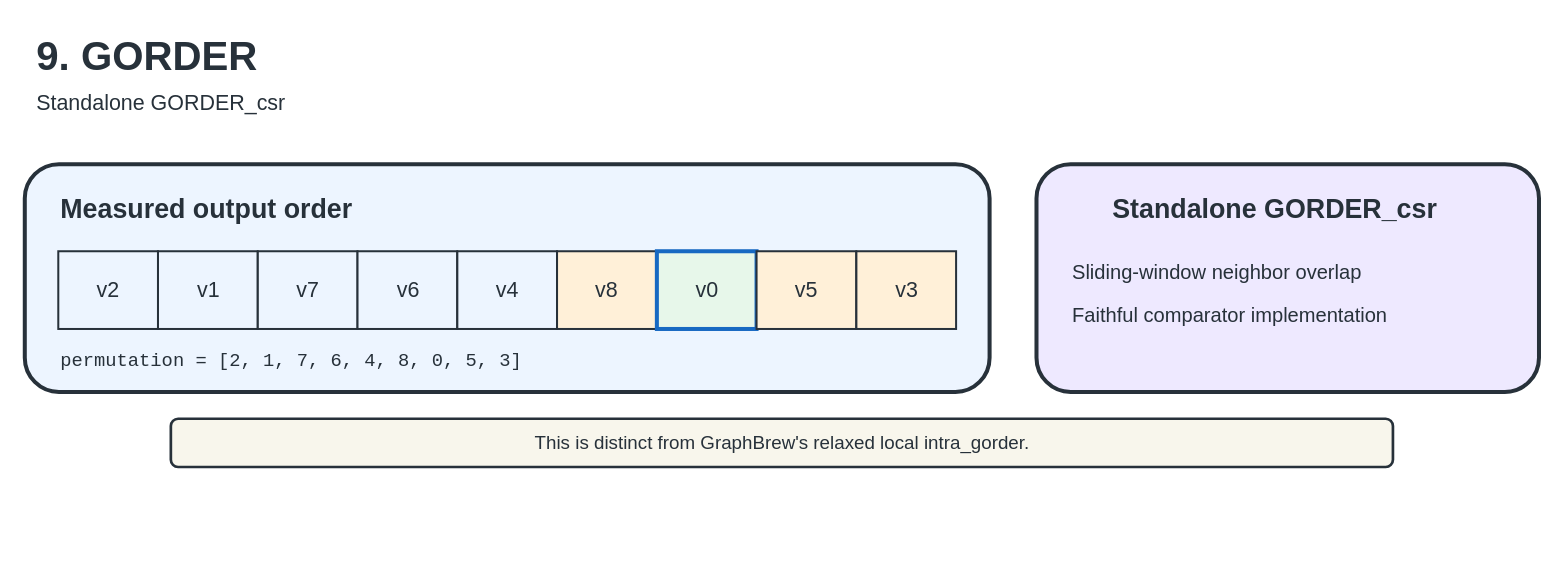
This is docs/figures/editable/09-gorder.drawio from UVA-LavaLab/GraphBrew, a draw.io file, before an edit. Source tidied: cells renumbered, new cells numbered last; positions are measured from the earlier drawing's top-left corner, leaving out a move shared by most shapes. Both pictures are drawn from the tidied source at 134%, with x=0, y=0 at pixel (24, 23).
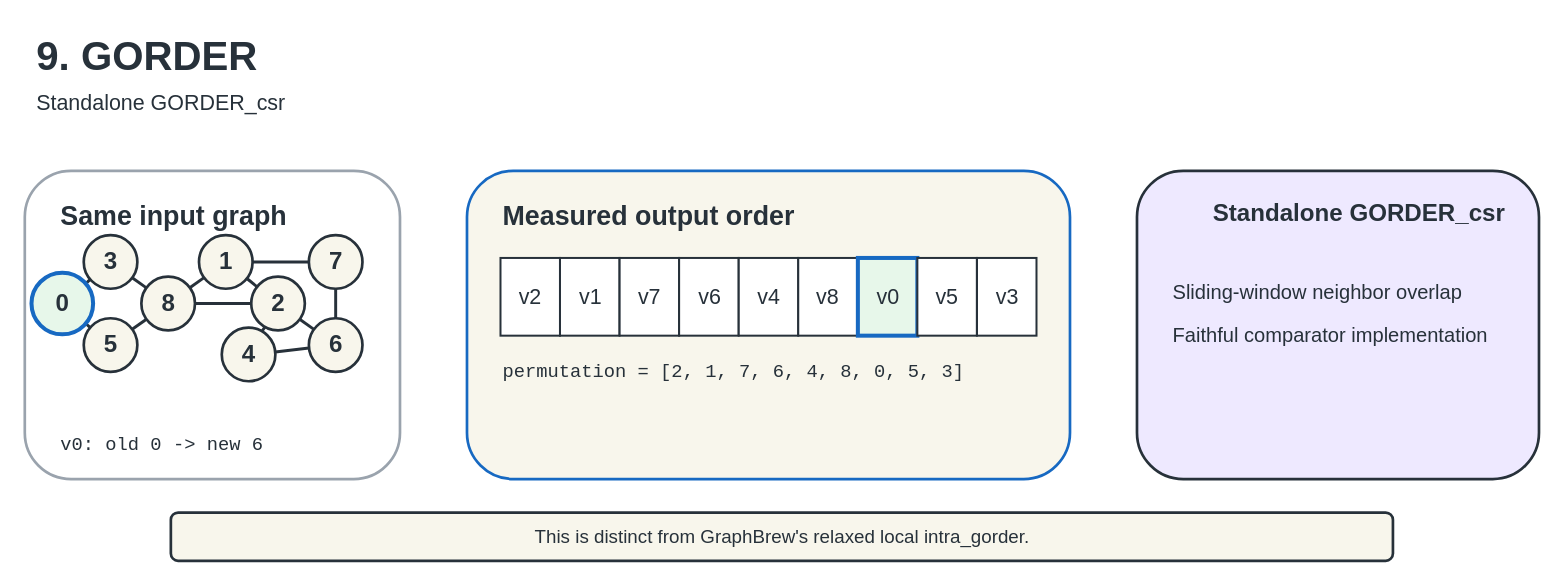
The same page after the edit.

The edit, as a diff of the source:
```diff
@@
+    <mxCell id="21" style="rounded=1;html=1;fillColor=#FFFFFF;strokeColor=#9AA3AD;strokeWidth=2;" parent="1" vertex="1">
+      <mxGeometry y="110" width="280" height="230" as="geometry" />
+    </mxCell>
-    <mxCell id="4" style="rounded=1;html=1;fillColor=#EDF5FF;strokeColor=#27313A;strokeWidth=3;" parent="1" vertex="1">
-      <mxGeometry y="105" width="720" height="170" as="geometry" />
+    <mxCell id="4" style="rounded=1;html=1;fillColor=#F8F6EC;strokeColor=#1769C2;strokeWidth=2;" parent="1" vertex="1">
+      <mxGeometry x="330" y="110" width="450" height="230" as="geometry" />
     </mxCell>
-    <mxCell id="5" style="rounded=1;html=1;fillColor=#EEE9FF;strokeColor=#27313A;strokeWidth=3;" parent="1" vertex="1">
-      <mxGeometry x="755" y="105" width="375" height="170" as="geometry" />
+    <mxCell id="5" style="rounded=1;html=1;fillColor=#EEE9FF;strokeColor=#27313A;strokeWidth=2;" parent="1" vertex="1">
+      <mxGeometry x="830" y="110" width="300" height="230" as="geometry" />
     </mxCell>
+    <mxCell id="22" value="Same input graph" style="text;html=1;strokeColor=none;fillColor=none;fontSize=20;fontStyle=1;fontColor=#27313A;" parent="1" vertex="1">
+      <mxGeometry x="25" y="125" width="220" height="35" as="geometry" />
+    </mxCell>
     <mxCell id="6" value="Measured output order" style="text;html=1;strokeColor=none;fillColor=none;fontSize=20;fontStyle=1;fontColor=#27313A;" parent="1" vertex="1">
-      <mxGeometry x="25" y="120" width="300" height="35" as="geometry" />
+      <mxGeometry x="355" y="125" width="300" height="35" as="geometry" />
     </mxCell>
-    <mxCell id="7" value="Standalone GORDER_csr" style="text;html=1;strokeColor=none;fillColor=none;fontSize=20;fontStyle=1;fontColor=#27313A;" parent="1" vertex="1">
-      <mxGeometry x="810" y="120" width="300" height="35" as="geometry" />
+    <mxCell id="7" value="Standalone GORDER_csr" style="text;html=1;strokeColor=none;fillColor=none;fontSize=18;fontStyle=1;fontColor=#27313A;" parent="1" vertex="1">
+      <mxGeometry x="885" y="125" width="220" height="35" as="geometry" />
     </mxCell>
     <mxCell id="8" value="This is distinct from GraphBrew's relaxed local intra_gorder." style="rounded=1;html=1;fillColor=#F8F6EC;strokeColor=#27313A;strokeWidth=2;fontSize=14;fontColor=#27313A;align=center;" parent="1" vertex="1">
-      <mxGeometry x="109" y="295" width="912" height="36" as="geometry" />
+      <mxGeometry x="109" y="365" width="912" height="36" as="geometry" />
     </mxCell>
+    <mxCell id="23" style="endArrow=none;html=1;rounded=0;strokeColor=#27313A;strokeWidth=2.2;" parent="1" edge="1" source="35" target="38">
+      <mxGeometry relative="1" as="geometry" />
+    </mxCell>
+    <mxCell id="24" style="endArrow=none;html=1;rounded=0;strokeColor=#27313A;strokeWidth=2.2;" parent="1" edge="1" source="35" target="40">
+      <mxGeometry relative="1" as="geometry" />
+    </mxCell>
+    <mxCell id="25" style="endArrow=none;html=1;rounded=0;strokeColor=#27313A;strokeWidth=2.2;" parent="1" edge="1" source="38" target="43">
+      <mxGeometry relative="1" as="geometry" />
+    </mxCell>
+    <mxCell id="26" style="endArrow=none;html=1;rounded=0;strokeColor=#27313A;strokeWidth=2.2;" parent="1" edge="1" source="40" target="43">
+      <mxGeometry relative="1" as="geometry" />
+    </mxCell>
+    <mxCell id="27" style="endArrow=none;html=1;rounded=0;strokeColor=#27313A;strokeWidth=2.2;" parent="1" edge="1" source="43" target="36">
+      <mxGeometry relative="1" as="geometry" />
+    </mxCell>
+    <mxCell id="28" style="endArrow=none;html=1;rounded=0;strokeColor=#27313A;strokeWidth=2.2;" parent="1" edge="1" source="43" target="37">
+      <mxGeometry relative="1" as="geometry" />
+    </mxCell>
+    <mxCell id="29" style="endArrow=none;html=1;rounded=0;strokeColor=#27313A;strokeWidth=2.2;" parent="1" edge="1" source="36" target="37">
+      <mxGeometry relative="1" as="geometry" />
+    </mxCell>
+    <mxCell id="30" style="endArrow=none;html=1;rounded=0;strokeColor=#27313A;strokeWidth=2.2;" parent="1" edge="1" source="36" target="42">
+      <mxGeometry relative="1" as="geometry" />
+    </mxCell>
+    <mxCell id="31" style="endArrow=none;html=1;rounded=0;strokeColor=#27313A;strokeWidth=2.2;" parent="1" edge="1" source="37" target="39">
+      <mxGeometry relative="1" as="geometry" />
+    </mxCell>
+    <mxCell id="32" style="endArrow=none;html=1;rounded=0;strokeColor=#27313A;strokeWidth=2.2;" parent="1" edge="1" source="37" target="41">
+      <mxGeometry relative="1" as="geometry" />
+    </mxCell>
+    <mxCell id="33" style="endArrow=none;html=1;rounded=0;strokeColor=#27313A;strokeWidth=2.2;" parent="1" edge="1" source="39" target="41">
+      <mxGeometry relative="1" as="geometry" />
+    </mxCell>
+    <mxCell id="34" style="endArrow=none;html=1;rounded=0;strokeColor=#27313A;strokeWidth=2.2;" parent="1" edge="1" source="41" target="42">
+      <mxGeometry relative="1" as="geometry" />
+    </mxCell>
+    <mxCell id="35" value="0" style="ellipse;html=1;align=center;fillColor=#E7F7EA;strokeColor=#1769C2;strokeWidth=3;fontSize=18;fontStyle=1;fontColor=#27313A;" parent="1" vertex="1">
+      <mxGeometry x="5" y="186" width="46" height="46" as="geometry" />
+    </mxCell>
+    <mxCell id="36" value="1" style="ellipse;html=1;align=center;fillColor=#F8F6EC;strokeColor=#27313A;strokeWidth=2;fontSize=18;fontStyle=1;fontColor=#27313A;" parent="1" vertex="1">
+      <mxGeometry x="130" y="158" width="40" height="40" as="geometry" />
+    </mxCell>
+    <mxCell id="37" value="2" style="ellipse;html=1;align=center;fillColor=#F8F6EC;strokeColor=#27313A;strokeWidth=2;fontSize=18;fontStyle=1;fontColor=#27313A;" parent="1" vertex="1">
+      <mxGeometry x="169" y="189" width="40" height="40" as="geometry" />
+    </mxCell>
+    <mxCell id="38" value="3" style="ellipse;html=1;align=center;fillColor=#F8F6EC;strokeColor=#27313A;strokeWidth=2;fontSize=18;fontStyle=1;fontColor=#27313A;" parent="1" vertex="1">
+      <mxGeometry x="44" y="158" width="40" height="40" as="geometry" />
+    </mxCell>
+    <mxCell id="39" value="4" style="ellipse;html=1;align=center;fillColor=#F8F6EC;strokeColor=#27313A;strokeWidth=2;fontSize=18;fontStyle=1;fontColor=#27313A;" parent="1" vertex="1">
+      <mxGeometry x="147" y="227" width="40" height="40" as="geometry" />
+    </mxCell>
+    <mxCell id="40" value="5" style="ellipse;html=1;align=center;fillColor=#F8F6EC;strokeColor=#27313A;strokeWidth=2;fontSize=18;fontStyle=1;fontColor=#27313A;" parent="1" vertex="1">
+      <mxGeometry x="44" y="220" width="40" height="40" as="geometry" />
+    </mxCell>
+    <mxCell id="41" value="6" style="ellipse;html=1;align=center;fillColor=#F8F6EC;strokeColor=#27313A;strokeWidth=2;fontSize=18;fontStyle=1;fontColor=#27313A;" parent="1" vertex="1">
+      <mxGeometry x="212" y="220" width="40" height="40" as="geometry" />
+    </mxCell>
+    <mxCell id="42" value="7" style="ellipse;html=1;align=center;fillColor=#F8F6EC;strokeColor=#27313A;strokeWidth=2;fontSize=18;fontStyle=1;fontColor=#27313A;" parent="1" vertex="1">
+      <mxGeometry x="212" y="158" width="40" height="40" as="geometry" />
+    </mxCell>
+    <mxCell id="43" value="8" style="ellipse;html=1;align=center;fillColor=#F8F6EC;strokeColor=#27313A;strokeWidth=2;fontSize=18;fontStyle=1;fontColor=#27313A;" parent="1" vertex="1">
+      <mxGeometry x="87" y="189" width="40" height="40" as="geometry" />
+    </mxCell>
+    <mxCell id="44" value="v0: old 0 -&gt; new 6" style="text;html=1;strokeColor=none;fillColor=none;fontSize=14;fontFamily=Consolas;fontColor=#27313A;" parent="1" vertex="1">
+      <mxGeometry x="25" y="300" width="230" height="28" as="geometry" />
+    </mxCell>
-    <mxCell id="9" value="v2" style="rounded=0;html=1;align=center;verticalAlign=middle;fillColor=#EDF5FF;strokeColor=#27313A;strokeWidth=1.5;fontSize=16;fontColor=#27313A;" parent="1" vertex="1">
-      <mxGeometry x="25" y="170" width="74.4" height="58" as="geometry" />
+    <mxCell id="9" value="v2" style="rounded=0;html=1;align=center;verticalAlign=middle;fillColor=#FFFFFF;strokeColor=#27313A;strokeWidth=1.5;fontSize=16;fontColor=#27313A;" parent="1" vertex="1">
+      <mxGeometry x="355" y="175" width="44.4" height="58" as="geometry" />
     </mxCell>
-    <mxCell id="10" value="v1" style="rounded=0;html=1;align=center;verticalAlign=middle;fillColor=#EDF5FF;strokeColor=#27313A;strokeWidth=1.5;fontSize=16;fontColor=#27313A;" parent="1" vertex="1">
-      <mxGeometry x="99.4" y="170" width="74.4" height="58" as="geometry" />
+    <mxCell id="10" value="v1" style="rounded=0;html=1;align=center;verticalAlign=middle;fillColor=#FFFFFF;strokeColor=#27313A;strokeWidth=1.5;fontSize=16;fontColor=#27313A;" parent="1" vertex="1">
+      <mxGeometry x="399.4" y="175" width="44.4" height="58" as="geometry" />
     </mxCell>
-    <mxCell id="11" value="v7" style="rounded=0;html=1;align=center;verticalAlign=middle;fillColor=#EDF5FF;strokeColor=#27313A;strokeWidth=1.5;fontSize=16;fontColor=#27313A;" parent="1" vertex="1">
-      <mxGeometry x="173.9" y="170" width="74.4" height="58" as="geometry" />
+    <mxCell id="11" value="v7" style="rounded=0;html=1;align=center;verticalAlign=middle;fillColor=#FFFFFF;strokeColor=#27313A;strokeWidth=1.5;fontSize=16;fontColor=#27313A;" parent="1" vertex="1">
+      <mxGeometry x="443.9" y="175" width="44.4" height="58" as="geometry" />
     </mxCell>
-    <mxCell id="12" value="v6" style="rounded=0;html=1;align=center;verticalAlign=middle;fillColor=#EDF5FF;strokeColor=#27313A;strokeWidth=1.5;fontSize=16;fontColor=#27313A;" parent="1" vertex="1">
-      <mxGeometry x="248.3" y="170" width="74.4" height="58" as="geometry" />
+    <mxCell id="12" value="v6" style="rounded=0;html=1;align=center;verticalAlign=middle;fillColor=#FFFFFF;strokeColor=#27313A;strokeWidth=1.5;fontSize=16;fontColor=#27313A;" parent="1" vertex="1">
+      <mxGeometry x="488.3" y="175" width="44.4" height="58" as="geometry" />
     </mxCell>
-    <mxCell id="13" value="v4" style="rounded=0;html=1;align=center;verticalAlign=middle;fillColor=#EDF5FF;strokeColor=#27313A;strokeWidth=1.5;fontSize=16;fontColor=#27313A;" parent="1" vertex="1">
-      <mxGeometry x="322.8" y="170" width="74.4" height="58" as="geometry" />
+    <mxCell id="13" value="v4" style="rounded=0;html=1;align=center;verticalAlign=middle;fillColor=#FFFFFF;strokeColor=#27313A;strokeWidth=1.5;fontSize=16;fontColor=#27313A;" parent="1" vertex="1">
+      <mxGeometry x="532.8" y="175" width="44.4" height="58" as="geometry" />
     </mxCell>
-    <mxCell id="14" value="v8" style="rounded=0;html=1;align=center;verticalAlign=middle;fillColor=#FFF0D8;strokeColor=#27313A;strokeWidth=1.5;fontSize=16;fontColor=#27313A;" parent="1" vertex="1">
-      <mxGeometry x="397.2" y="170" width="74.4" height="58" as="geometry" />
+    <mxCell id="14" value="v8" style="rounded=0;html=1;align=center;verticalAlign=middle;fillColor=#FFFFFF;strokeColor=#27313A;strokeWidth=1.5;fontSize=16;fontColor=#27313A;" parent="1" vertex="1">
+      <mxGeometry x="577.2" y="175" width="44.4" height="58" as="geometry" />
     </mxCell>
     <mxCell id="15" value="v0" style="rounded=0;html=1;align=center;verticalAlign=middle;fillColor=#E7F7EA;strokeColor=#1769C2;strokeWidth=3;fontSize=16;fontColor=#27313A;" parent="1" vertex="1">
-      <mxGeometry x="471.7" y="170" width="74.4" height="58" as="geometry" />
+      <mxGeometry x="621.7" y="175" width="44.4" height="58" as="geometry" />
     </mxCell>
-    <mxCell id="16" value="v5" style="rounded=0;html=1;align=center;verticalAlign=middle;fillColor=#FFF0D8;strokeColor=#27313A;strokeWidth=1.5;fontSize=16;fontColor=#27313A;" parent="1" vertex="1">
-      <mxGeometry x="546.1" y="170" width="74.4" height="58" as="geometry" />
+    <mxCell id="16" value="v5" style="rounded=0;html=1;align=center;verticalAlign=middle;fillColor=#FFFFFF;strokeColor=#27313A;strokeWidth=1.5;fontSize=16;fontColor=#27313A;" parent="1" vertex="1">
+      <mxGeometry x="666.1" y="175" width="44.4" height="58" as="geometry" />
     </mxCell>
-    <mxCell id="17" value="v3" style="rounded=0;html=1;align=center;verticalAlign=middle;fillColor=#FFF0D8;strokeColor=#27313A;strokeWidth=1.5;fontSize=16;fontColor=#27313A;" parent="1" vertex="1">
-      <mxGeometry x="620.6" y="170" width="74.4" height="58" as="geometry" />
+    <mxCell id="17" value="v3" style="rounded=0;html=1;align=center;verticalAlign=middle;fillColor=#FFFFFF;strokeColor=#27313A;strokeWidth=1.5;fontSize=16;fontColor=#27313A;" parent="1" vertex="1">
+      <mxGeometry x="710.6" y="175" width="44.4" height="58" as="geometry" />
     </mxCell>
     <mxCell id="18" value="permutation = [2, 1, 7, 6, 4, 8, 0, 5, 3]" style="text;html=1;strokeColor=none;fillColor=none;fontSize=14;fontFamily=Consolas;fontColor=#27313A;" parent="1" vertex="1">
-      <mxGeometry x="25" y="237" width="670" height="28" as="geometry" />
+      <mxGeometry x="355" y="245" width="400" height="28" as="geometry" />
     </mxCell>
     <mxCell id="19" value="Sliding-window neighbor overlap" style="text;html=1;strokeColor=none;fillColor=none;fontSize=15;fontColor=#27313A;" parent="1" vertex="1">
-      <mxGeometry x="780" y="170" width="325" height="28" as="geometry" />
+      <mxGeometry x="855" y="185" width="250" height="28" as="geometry" />
     </mxCell>
     <mxCell id="20" value="Faithful comparator implementation" style="text;html=1;strokeColor=none;fillColor=none;fontSize=15;fontColor=#27313A;" parent="1" vertex="1">
-      <mxGeometry x="780" y="202" width="325" height="28" as="geometry" />
+      <mxGeometry x="855" y="217" width="250" height="28" as="geometry" />
     </mxCell>
```
